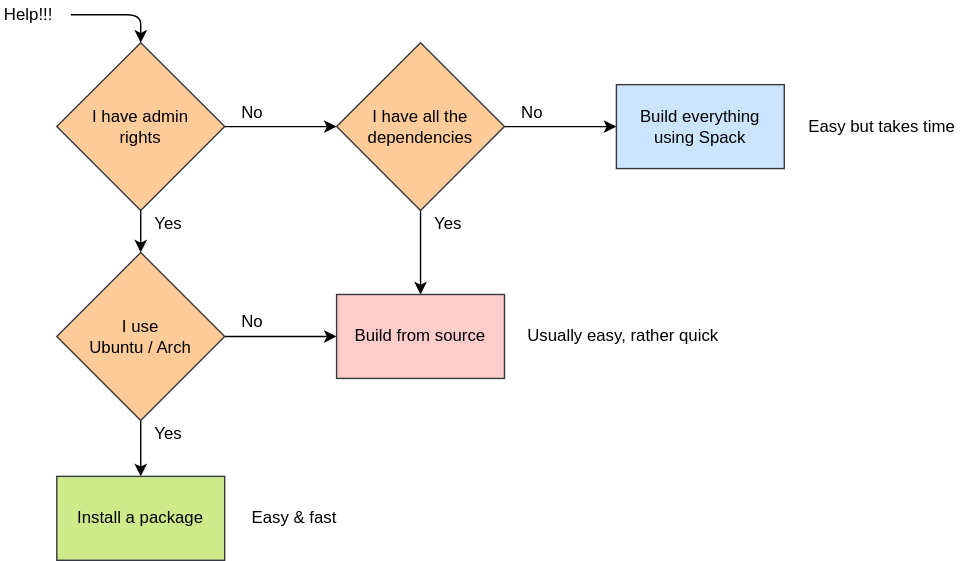
The draw.io diagram images/docs/install-decision.svg in precice/precice.github.io, before a commit. Source tidied: cells renumbered, new cells last; positions are measured from the earlier drawing's top-left corner, leaving out a move shared by most shapes. The source it was exported from:
```xml
<mxGraphModel>
  <root>
    <mxCell id="0" />
    <mxCell id="1" parent="0" />
    <mxCell id="2" style="edgeStyle=orthogonalEdgeStyle;rounded=0;jettySize=auto;html=1;" parent="1" edge="1" source="4" target="7">
      <mxGeometry relative="1" as="geometry" />
    </mxCell>
    <mxCell id="3" style="edgeStyle=orthogonalEdgeStyle;rounded=0;jettySize=auto;html=1;" parent="1" edge="1" source="4" target="11">
      <mxGeometry relative="1" as="geometry" />
    </mxCell>
    <mxCell id="4" value="I have admin&lt;br&gt;rights" style="rhombus;whiteSpace=wrap;html=1;fillColor=#ffcc99;strokeColor=#36393d;" parent="1" vertex="1">
      <mxGeometry x="40" y="30" width="120" height="120" as="geometry" />
    </mxCell>
    <mxCell id="5" style="edgeStyle=orthogonalEdgeStyle;rounded=0;jettySize=auto;html=1;" parent="1" edge="1" source="7" target="8">
      <mxGeometry relative="1" as="geometry" />
    </mxCell>
    <mxCell id="6" style="edgeStyle=orthogonalEdgeStyle;rounded=0;jettySize=auto;html=1;" parent="1" edge="1" source="7" target="12">
      <mxGeometry relative="1" as="geometry" />
    </mxCell>
    <mxCell id="7" value="I use&lt;br&gt;Ubuntu / Arch" style="rhombus;whiteSpace=wrap;html=1;fillColor=#ffcc99;strokeColor=#36393d;" parent="1" vertex="1">
      <mxGeometry x="40" y="180" width="120" height="120" as="geometry" />
    </mxCell>
    <mxCell id="8" value="Install a package" style="whiteSpace=wrap;html=1;fillColor=#cdeb8b;strokeColor=#36393d;" parent="1" vertex="1">
      <mxGeometry x="40" y="340" width="120" height="60" as="geometry" />
    </mxCell>
    <mxCell id="9" style="edgeStyle=orthogonalEdgeStyle;rounded=0;jettySize=auto;html=1;" parent="1" edge="1" source="11" target="12">
      <mxGeometry relative="1" as="geometry" />
    </mxCell>
    <mxCell id="10" style="edgeStyle=orthogonalEdgeStyle;rounded=0;jettySize=auto;html=1;" parent="1" edge="1" source="11" target="13">
      <mxGeometry relative="1" as="geometry" />
    </mxCell>
    <mxCell id="11" value="I have all the dependencies" style="rhombus;whiteSpace=wrap;html=1;fillColor=#ffcc99;strokeColor=#36393d;" parent="1" vertex="1">
      <mxGeometry x="240" y="30" width="120" height="120" as="geometry" />
    </mxCell>
    <mxCell id="12" value="Build from source" style="whiteSpace=wrap;html=1;fillColor=#ffcccc;strokeColor=#36393d;" parent="1" vertex="1">
      <mxGeometry x="240" y="210" width="120" height="60" as="geometry" />
    </mxCell>
    <mxCell id="13" value="Build everything&lt;br&gt;using Spack" style="whiteSpace=wrap;html=1;fillColor=#cce5ff;strokeColor=#36393d;" parent="1" vertex="1">
      <mxGeometry x="440" y="60" width="120" height="60" as="geometry" />
    </mxCell>
    <mxCell id="14" style="endArrow=classic;html=1;entryX=0.5;entryY=0;entryDx=0;entryDy=0;edgeStyle=orthogonalEdgeStyle;" parent="1" edge="1" target="4">
      <mxGeometry relative="1" as="geometry">
        <mxPoint x="50" y="10" as="sourcePoint" />
        <Array as="points">
          <mxPoint x="100" y="10" />
        </Array>
      </mxGeometry>
    </mxCell>
    <mxCell id="15" value="Yes" style="text;html=1;strokeColor=none;fillColor=none;align=center;verticalAlign=middle;whiteSpace=wrap;rounded=0;" parent="1" vertex="1">
      <mxGeometry x="100" y="150" width="40" height="20" as="geometry" />
    </mxCell>
    <mxCell id="16" value="Yes" style="text;html=1;strokeColor=none;fillColor=none;align=center;verticalAlign=middle;whiteSpace=wrap;rounded=0;" parent="1" vertex="1">
      <mxGeometry x="100" y="300" width="40" height="20" as="geometry" />
    </mxCell>
    <mxCell id="17" value="Yes" style="text;html=1;strokeColor=none;fillColor=none;align=center;verticalAlign=middle;whiteSpace=wrap;rounded=0;" parent="1" vertex="1">
      <mxGeometry x="300" y="150" width="40" height="20" as="geometry" />
    </mxCell>
    <mxCell id="18" value="No" style="text;html=1;strokeColor=none;fillColor=none;align=center;verticalAlign=middle;whiteSpace=wrap;rounded=0;" parent="1" vertex="1">
      <mxGeometry x="160" y="220" width="40" height="20" as="geometry" />
    </mxCell>
    <mxCell id="19" value="No" style="text;html=1;strokeColor=none;fillColor=none;align=center;verticalAlign=middle;whiteSpace=wrap;rounded=0;" parent="1" vertex="1">
      <mxGeometry x="160" y="70" width="40" height="20" as="geometry" />
    </mxCell>
    <mxCell id="20" value="No" style="text;html=1;strokeColor=none;fillColor=none;align=center;verticalAlign=middle;whiteSpace=wrap;rounded=0;" parent="1" vertex="1">
      <mxGeometry x="360" y="70" width="40" height="20" as="geometry" />
    </mxCell>
    <mxCell id="21" value="Help!!!" style="text;html=1;strokeColor=none;fillColor=none;align=center;verticalAlign=middle;whiteSpace=wrap;rounded=0;" parent="1" vertex="1">
      <mxGeometry width="40" height="20" as="geometry" />
    </mxCell>
    <mxCell id="22" value="Easy &amp;amp; fast" style="text;html=1;strokeColor=none;fillColor=none;align=center;verticalAlign=middle;whiteSpace=wrap;rounded=0;" parent="1" vertex="1">
      <mxGeometry x="170" y="360" width="80" height="20" as="geometry" />
    </mxCell>
    <mxCell id="23" value="Usually easy, rather quick" style="text;html=1;strokeColor=none;fillColor=none;align=center;verticalAlign=middle;whiteSpace=wrap;rounded=0;" parent="1" vertex="1">
      <mxGeometry x="370" y="230" width="150" height="20" as="geometry" />
    </mxCell>
    <mxCell id="24" value="Easy but takes time" style="text;html=1;strokeColor=none;fillColor=none;align=center;verticalAlign=middle;whiteSpace=wrap;rounded=0;" parent="1" vertex="1">
      <mxGeometry x="570" y="80" width="120" height="20" as="geometry" />
    </mxCell>
  </root>
</mxGraphModel>
```
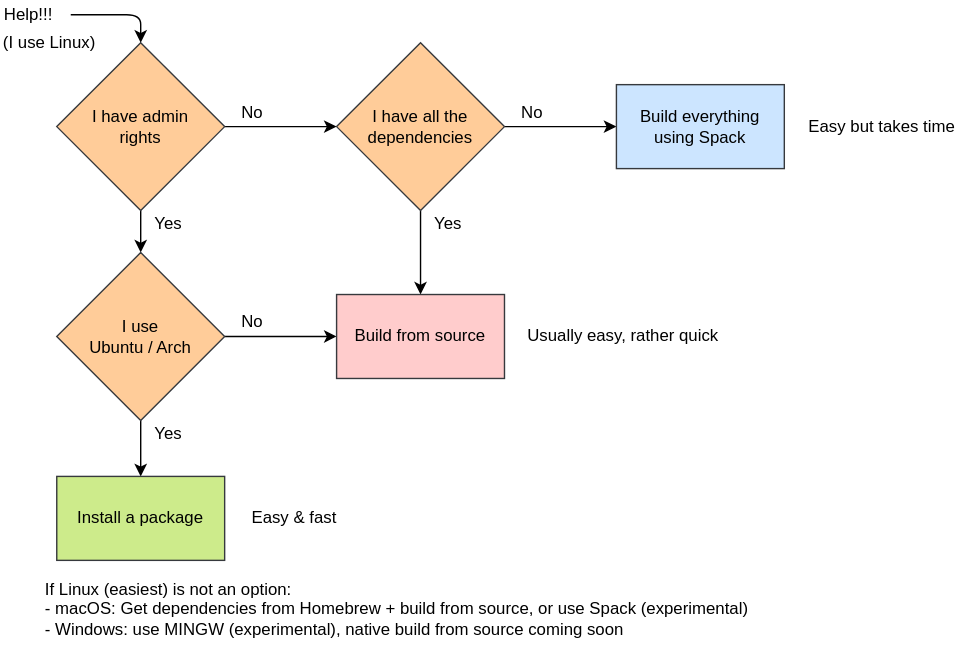
The same file after the commit.

Commit message:
Installation overview picture: mention macOS, Windows

Diff of the diagram source:
```diff
@@ -76,5 +76,11 @@
     <mxCell id="24" value="Easy but takes time" style="text;html=1;strokeColor=none;fillColor=none;align=center;verticalAlign=middle;whiteSpace=wrap;rounded=0;" parent="1" vertex="1">
       <mxGeometry x="570" y="80" width="120" height="20" as="geometry" />
     </mxCell>
+    <mxCell id="25" value="(I use Linux)" style="text;html=1;strokeColor=none;fillColor=none;align=center;verticalAlign=middle;whiteSpace=wrap;rounded=0;" parent="1" vertex="1">
+      <mxGeometry y="20" width="70" height="20" as="geometry" />
+    </mxCell>
+    <mxCell id="26" value="&lt;div&gt;If Linux (easiest) is not an option:&lt;br&gt;- macOS: Get dependencies from Homebrew + build from source, or use Spack (experimental)&lt;/div&gt;&lt;div&gt;- Windows: use MINGW (experimental), native build from source coming soon&lt;br&gt;&lt;/div&gt;" style="text;html=1;strokeColor=none;fillColor=none;align=left;verticalAlign=middle;whiteSpace=wrap;rounded=0;" parent="1" vertex="1">
+      <mxGeometry x="30" y="400" width="520" height="70" as="geometry" />
+    </mxCell>
   </root>
 </mxGraphModel>
```
